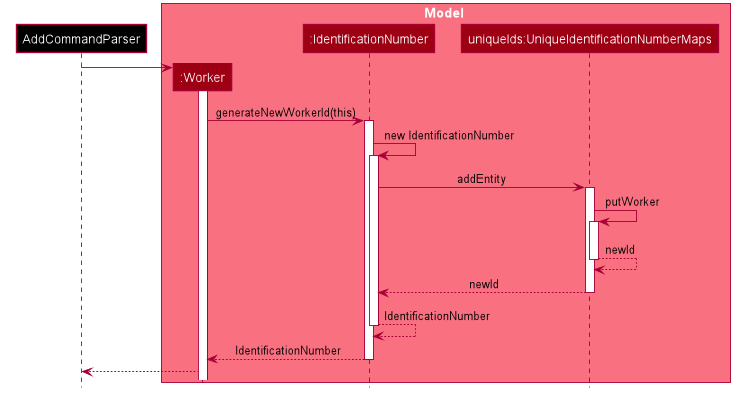
Above: images/UniqueIdentificationNumberSequenceDiagram.png in AY1920S1-CS2103T-T13-2/main (PlantUML), before the change.
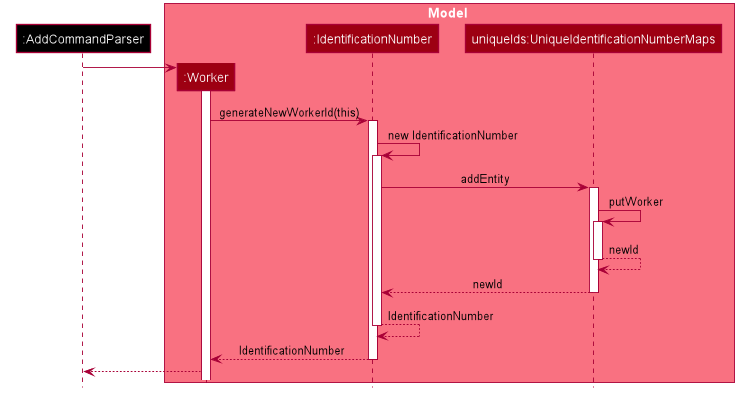
The same file after the commit.

The edit, as a diff of the source:
```diff
@@ -48,7 +48,7 @@
 hide members
 hide circle
 
-participant "AddCommandParser" as AddCommandParser #black
+participant ":AddCommandParser" as AddCommandParser #black
 
 box Model #F97181
 participant ":Worker" as Worker #9D0012
```
